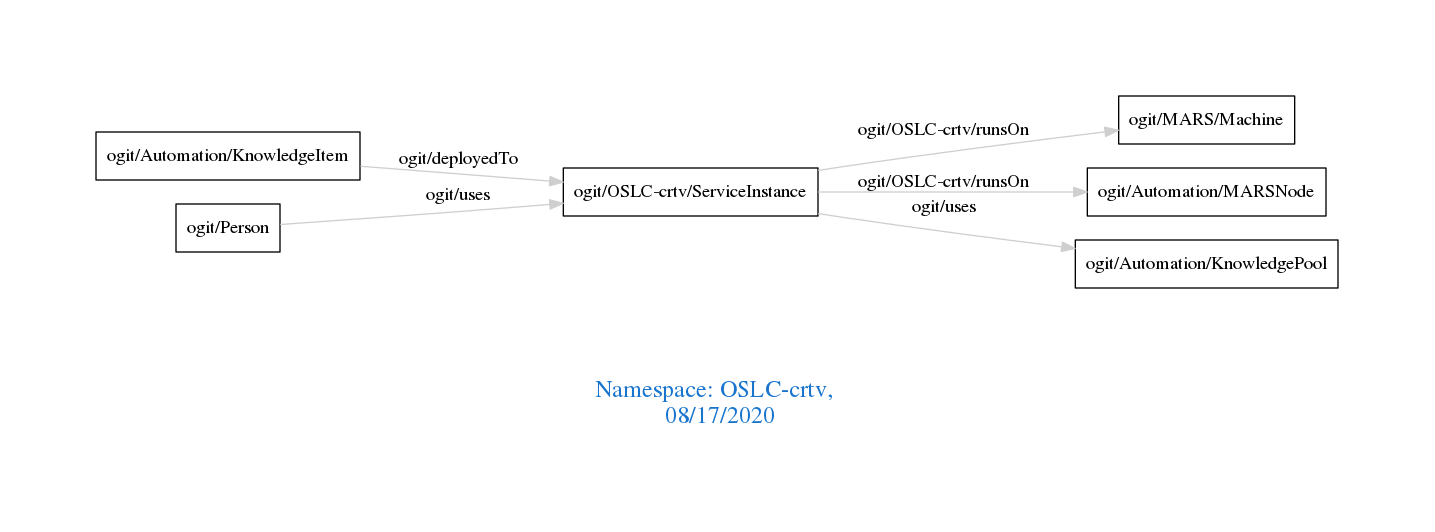
Before: downloads/OSLC-crtv.png, a diagram exported from Graphviz (arago/OGIT). Its source is kept beside it as downloads/OSLC-crtv.dot.
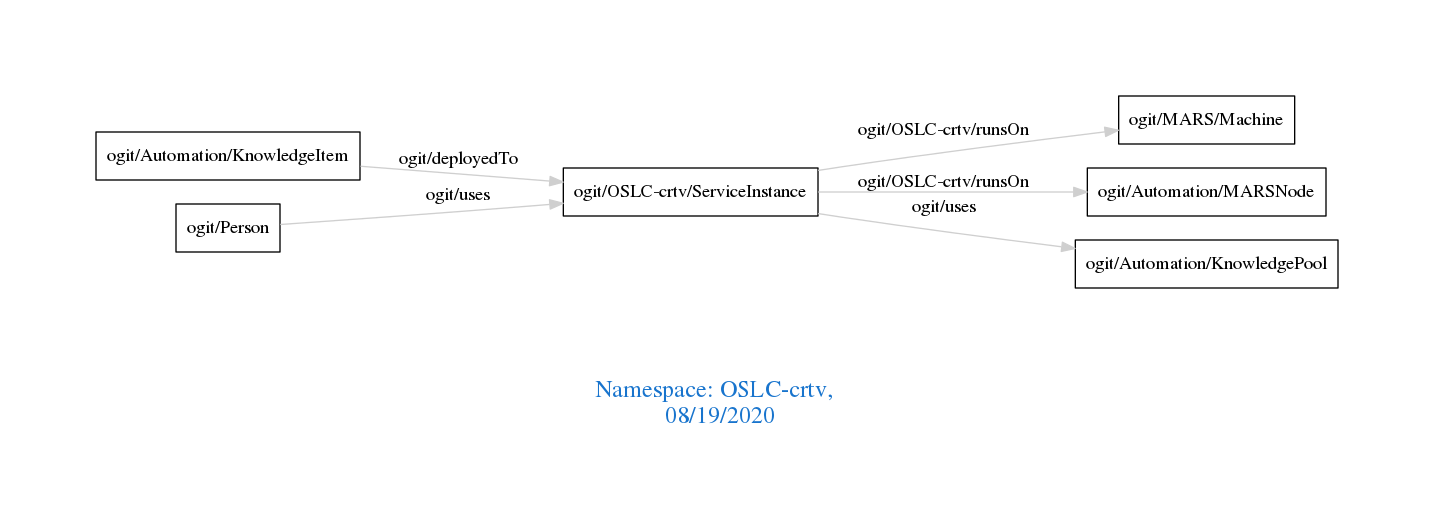
Above is the later version.

Change to the diagram source:
```diff
@@ -1,7 +1,7 @@
 digraph OGIT_ontology {
  graph [ rankdir= LR,pad=1
 fontsize = 18,
-fontcolor= dodgerblue3,label = "\n\n\nNamespace: OSLC-crtv, \n 08/17/2020"];
+fontcolor= dodgerblue3,label = "\n\n\nNamespace: OSLC-crtv, \n 08/19/2020"];
 node[shape=polygon];
 edge [  color="gray81"];
 
```
